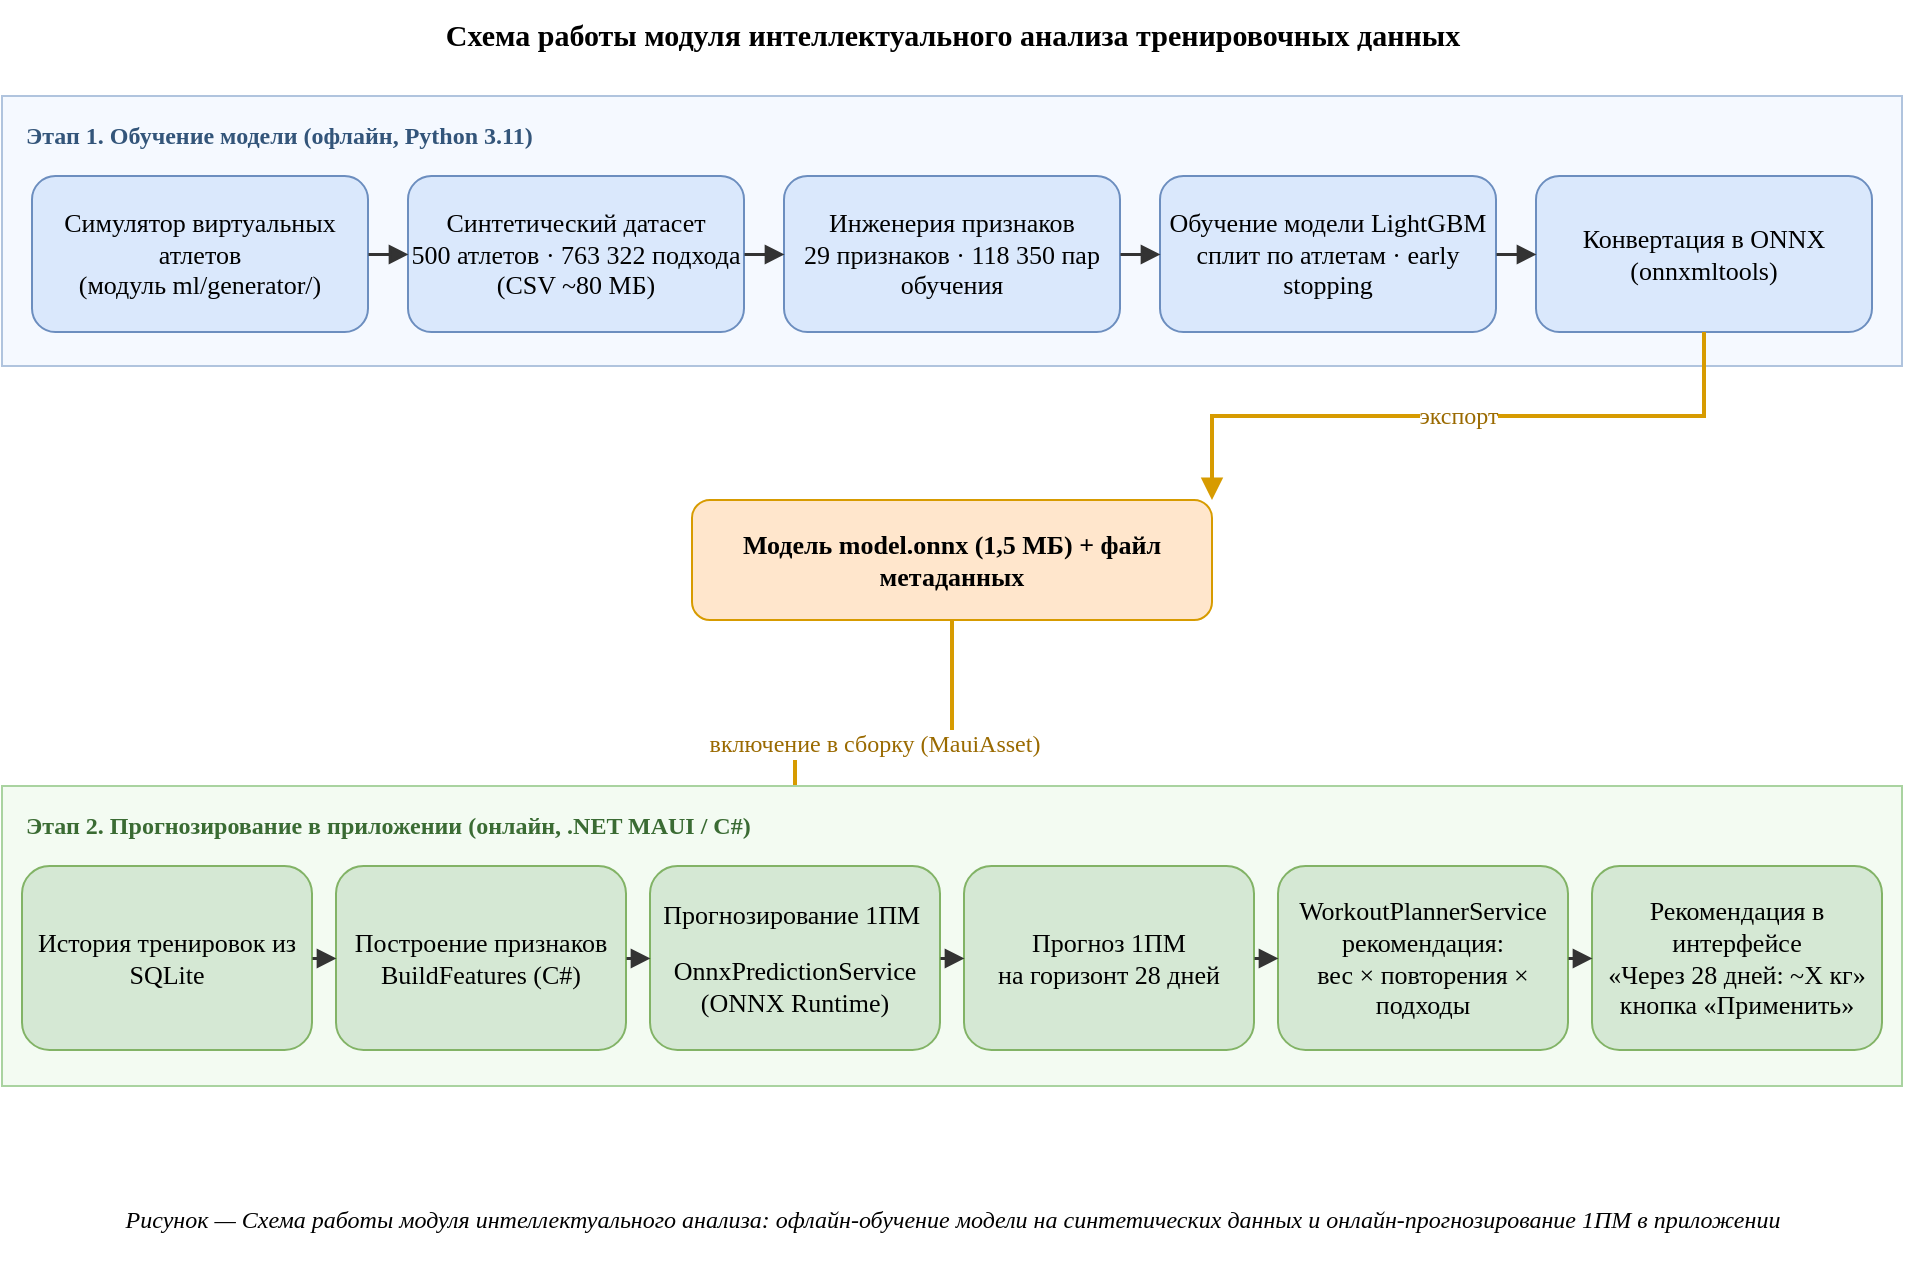
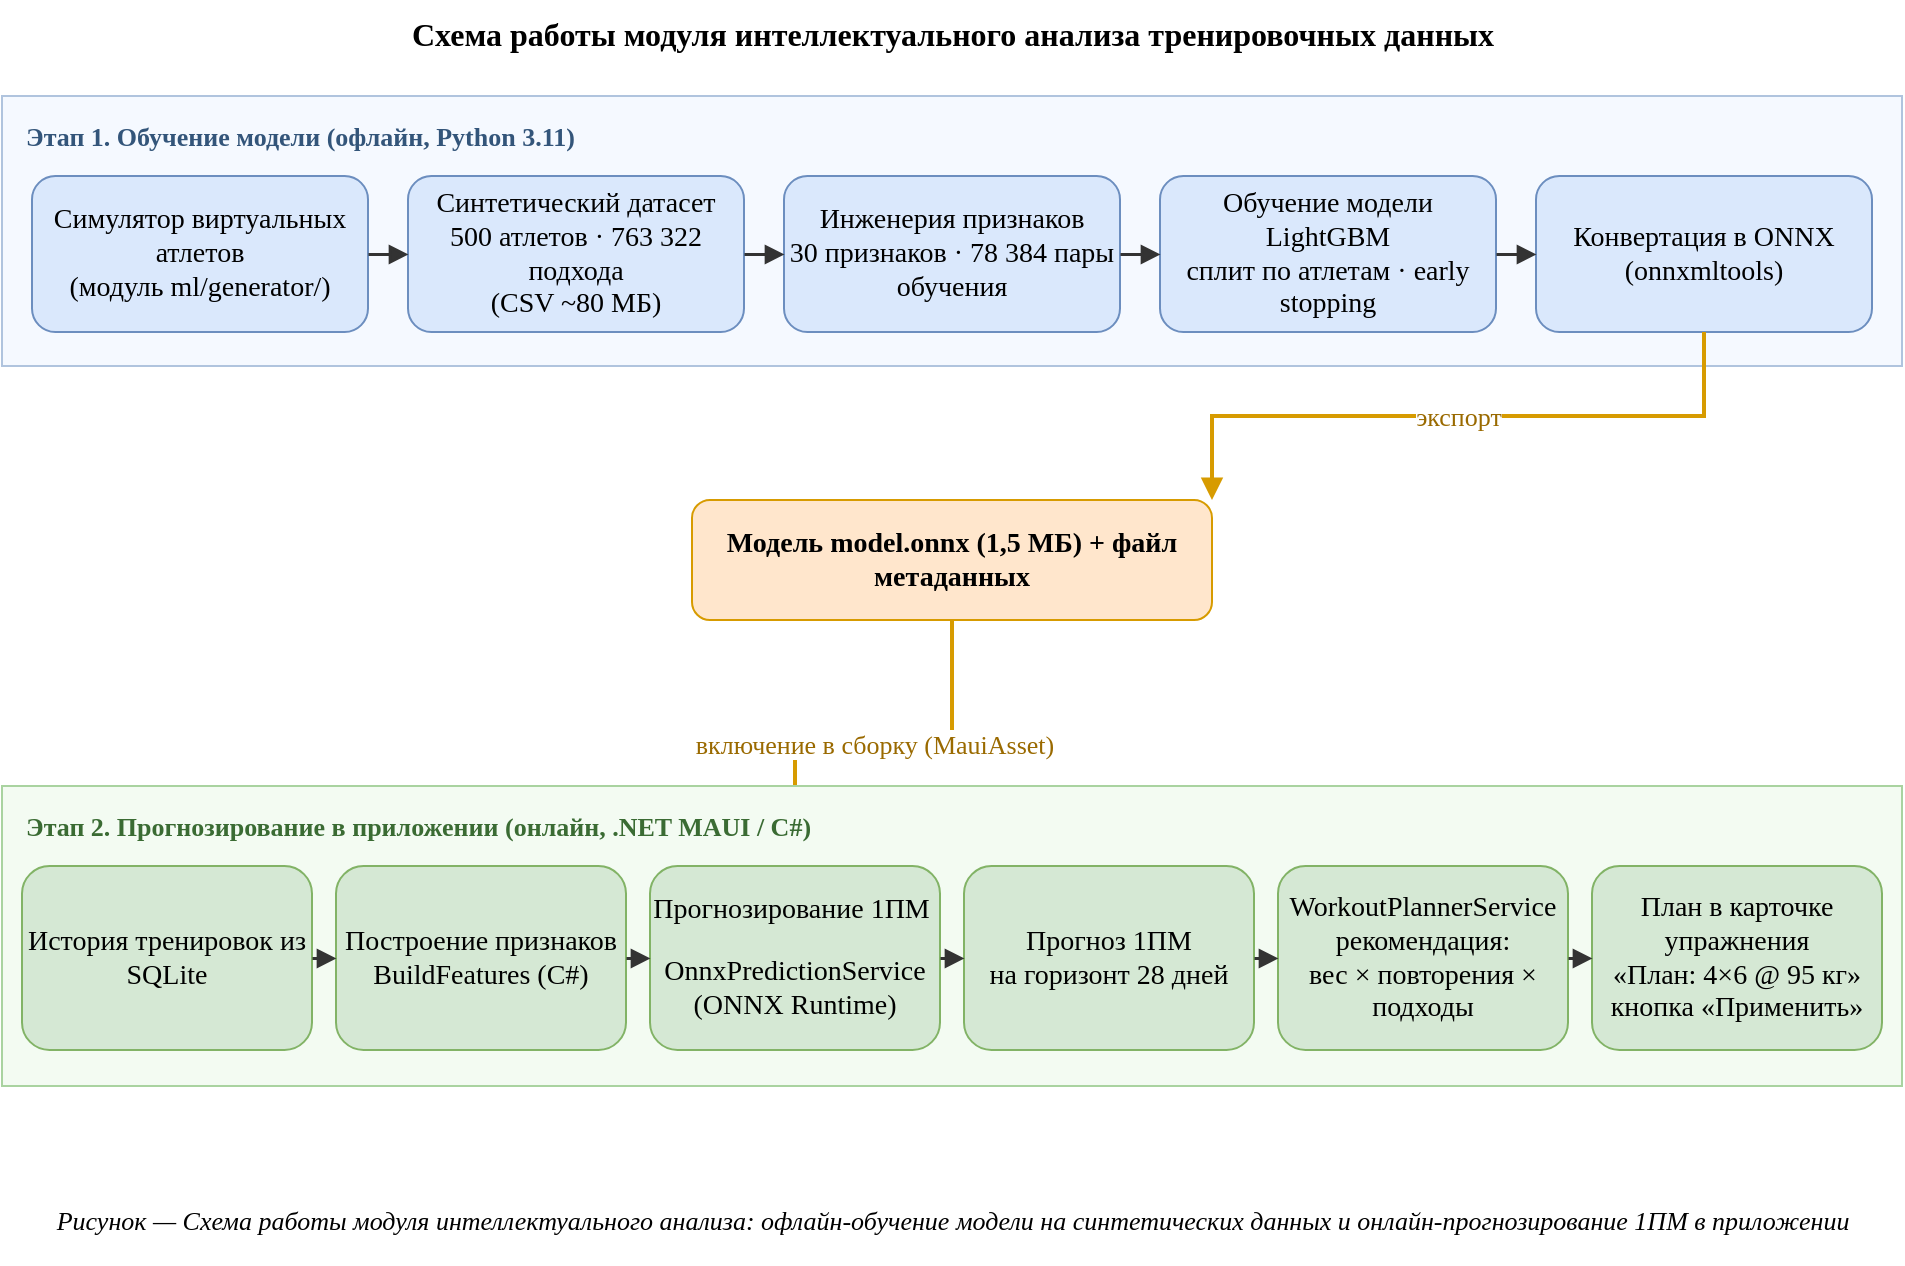
<mxfile host="Electron" agent="Mozilla/5.0 (Windows NT 10.0; Win64; x64) AppleWebKit/537.36 (KHTML, like Gecko) draw.io/24.7.17 Chrome/128.0.6613.36 Electron/32.0.1 Safari/537.36" version="24.7.17">
  <diagram id="ml_pipeline" name="Схема работы ML-модуля">
    <mxGraphModel dx="1548" dy="903" grid="0" gridSize="10" guides="1" tooltips="1" connect="1" arrows="1" fold="1" page="1" pageScale="1" pageWidth="960" pageHeight="700" math="0" shadow="0">
      <root>
        <mxCell id="0" />
        <mxCell id="1" parent="0" />
-         <mxCell id="title" value="Схема работы модуля интеллектуального анализа тренировочных данных" style="text;html=1;fontSize=15;fontStyle=1;fontFamily=Times New Roman;align=center;verticalAlign=middle;" parent="1" vertex="1">
+         <mxCell id="title" value="Схема работы модуля интеллектуального анализа тренировочных данных" style="text;html=1;fontSize=16;fontStyle=1;fontFamily=Times New Roman;align=center;verticalAlign=middle;" parent="1" vertex="1">
          <mxGeometry x="10" y="12" width="940" height="34" as="geometry" />
        </mxCell>
-         <mxCell id="lane1" value="Этап 1. Обучение модели (офлайн, Python 3.11)" style="rounded=0;whiteSpace=wrap;html=1;fillColor=#f5f9ff;strokeColor=#b0c4de;dashed=0;verticalAlign=top;align=left;fontFamily=Times New Roman;fontSize=12;fontStyle=1;spacingLeft=10;spacingTop=6;fontColor=#33557a;" parent="1" vertex="1">
+         <mxCell id="lane1" value="Этап 1. Обучение модели (офлайн, Python 3.11)" style="rounded=0;whiteSpace=wrap;html=1;fillColor=#f5f9ff;strokeColor=#b0c4de;dashed=0;verticalAlign=top;align=left;fontFamily=Times New Roman;fontSize=13;fontStyle=1;spacingLeft=10;spacingTop=6;fontColor=#33557a;" parent="1" vertex="1">
          <mxGeometry x="5" y="60" width="950" height="135" as="geometry" />
        </mxCell>
-         <mxCell id="a1" value="&lt;font style=&quot;font-size: 13px;&quot;&gt;Симулятор виртуальных атлетов&lt;br&gt;(модуль ml/generator/)&lt;/font&gt;" style="rounded=1;whiteSpace=wrap;html=1;fillColor=#dae8fc;strokeColor=#6c8ebf;fontFamily=Times New Roman;fontSize=11;verticalAlign=middle;" parent="1" vertex="1">
+         <mxCell id="a1" value="&lt;font style=&quot;font-size: 14px;&quot;&gt;Симулятор виртуальных атлетов&lt;br&gt;(модуль ml/generator/)&lt;/font&gt;" style="rounded=1;whiteSpace=wrap;html=1;fillColor=#dae8fc;strokeColor=#6c8ebf;fontFamily=Times New Roman;fontSize=12;verticalAlign=middle;" parent="1" vertex="1">
          <mxGeometry x="20" y="100" width="168" height="78" as="geometry" />
        </mxCell>
-         <mxCell id="a2" value="&lt;font style=&quot;font-size: 13px;&quot;&gt;Синтетический датасет&lt;br&gt;500 атлетов · 763 322 подхода&lt;br&gt;(CSV ~80 МБ)&lt;/font&gt;" style="rounded=1;whiteSpace=wrap;html=1;fillColor=#dae8fc;strokeColor=#6c8ebf;fontFamily=Times New Roman;fontSize=11;verticalAlign=middle;" parent="1" vertex="1">
+         <mxCell id="a2" value="&lt;font style=&quot;font-size: 14px;&quot;&gt;Синтетический датасет&lt;br&gt;500 атлетов · 763 322 подхода&lt;br&gt;(CSV ~80 МБ)&lt;/font&gt;" style="rounded=1;whiteSpace=wrap;html=1;fillColor=#dae8fc;strokeColor=#6c8ebf;fontFamily=Times New Roman;fontSize=12;verticalAlign=middle;" parent="1" vertex="1">
          <mxGeometry x="208" y="100" width="168" height="78" as="geometry" />
        </mxCell>
-         <mxCell id="a3" value="&lt;font style=&quot;font-size: 13px;&quot;&gt;Инженерия признаков&lt;br&gt;29 признаков · 118 350 пар обучения&lt;/font&gt;" style="rounded=1;whiteSpace=wrap;html=1;fillColor=#dae8fc;strokeColor=#6c8ebf;fontFamily=Times New Roman;fontSize=11;verticalAlign=middle;" parent="1" vertex="1">
+         <mxCell id="a3" value="&lt;font style=&quot;font-size: 14px;&quot;&gt;Инженерия признаков&lt;br&gt;30 признаков · 78 384 пары обучения&lt;/font&gt;" style="rounded=1;whiteSpace=wrap;html=1;fillColor=#dae8fc;strokeColor=#6c8ebf;fontFamily=Times New Roman;fontSize=12;verticalAlign=middle;" parent="1" vertex="1">
          <mxGeometry x="396" y="100" width="168" height="78" as="geometry" />
        </mxCell>
-         <mxCell id="a4" value="&lt;font style=&quot;font-size: 13px;&quot;&gt;Обучение модели LightGBM&lt;br&gt;сплит по атлетам · early stopping&lt;/font&gt;" style="rounded=1;whiteSpace=wrap;html=1;fillColor=#dae8fc;strokeColor=#6c8ebf;fontFamily=Times New Roman;fontSize=11;verticalAlign=middle;" parent="1" vertex="1">
+         <mxCell id="a4" value="&lt;font style=&quot;font-size: 14px;&quot;&gt;Обучение модели LightGBM&lt;br&gt;сплит по атлетам · early stopping&lt;/font&gt;" style="rounded=1;whiteSpace=wrap;html=1;fillColor=#dae8fc;strokeColor=#6c8ebf;fontFamily=Times New Roman;fontSize=12;verticalAlign=middle;" parent="1" vertex="1">
          <mxGeometry x="584" y="100" width="168" height="78" as="geometry" />
        </mxCell>
-         <mxCell id="a5" value="&lt;font style=&quot;font-size: 13px;&quot;&gt;Конвертация в ONNX&lt;br&gt;(onnxmltools)&lt;/font&gt;" style="rounded=1;whiteSpace=wrap;html=1;fillColor=#dae8fc;strokeColor=#6c8ebf;fontFamily=Times New Roman;fontSize=11;verticalAlign=middle;" parent="1" vertex="1">
+         <mxCell id="a5" value="&lt;font style=&quot;font-size: 14px;&quot;&gt;Конвертация в ONNX&lt;br&gt;(onnxmltools)&lt;/font&gt;" style="rounded=1;whiteSpace=wrap;html=1;fillColor=#dae8fc;strokeColor=#6c8ebf;fontFamily=Times New Roman;fontSize=12;verticalAlign=middle;" parent="1" vertex="1">
          <mxGeometry x="772" y="100" width="168" height="78" as="geometry" />
        </mxCell>
        <mxCell id="e_a1a2" style="edgeStyle=orthogonalEdgeStyle;rounded=0;html=1;strokeColor=#333333;strokeWidth=1.5;endArrow=block;exitX=1;exitY=0.5;entryX=0;entryY=0.5;" parent="1" source="a1" target="a2" edge="1">
          <mxGeometry relative="1" as="geometry" />
        </mxCell>
        <mxCell id="e_a2a3" style="edgeStyle=orthogonalEdgeStyle;rounded=0;html=1;strokeColor=#333333;strokeWidth=1.5;endArrow=block;exitX=1;exitY=0.5;entryX=0;entryY=0.5;" parent="1" source="a2" target="a3" edge="1">
          <mxGeometry relative="1" as="geometry" />
        </mxCell>
        <mxCell id="e_a3a4" style="edgeStyle=orthogonalEdgeStyle;rounded=0;html=1;strokeColor=#333333;strokeWidth=1.5;endArrow=block;exitX=1;exitY=0.5;entryX=0;entryY=0.5;" parent="1" source="a3" target="a4" edge="1">
          <mxGeometry relative="1" as="geometry" />
        </mxCell>
        <mxCell id="e_a4a5" style="edgeStyle=orthogonalEdgeStyle;rounded=0;html=1;strokeColor=#333333;strokeWidth=1.5;endArrow=block;exitX=1;exitY=0.5;entryX=0;entryY=0.5;" parent="1" source="a4" target="a5" edge="1">
          <mxGeometry relative="1" as="geometry" />
        </mxCell>
-         <mxCell id="model" value="&lt;font style=&quot;font-size: 13px;&quot;&gt;Модель model.onnx (1,5 МБ) + файл метаданных&lt;/font&gt;" style="rounded=1;whiteSpace=wrap;html=1;fillColor=#ffe6cc;strokeColor=#d79b00;fontFamily=Times New Roman;fontSize=12;fontStyle=1;verticalAlign=middle;" parent="1" vertex="1">
+         <mxCell id="model" value="&lt;font style=&quot;font-size: 14px;&quot;&gt;Модель model.onnx (1,5 МБ) + файл метаданных&lt;/font&gt;" style="rounded=1;whiteSpace=wrap;html=1;fillColor=#ffe6cc;strokeColor=#d79b00;fontFamily=Times New Roman;fontSize=13;fontStyle=1;verticalAlign=middle;" parent="1" vertex="1">
          <mxGeometry x="350" y="262" width="260" height="60" as="geometry" />
        </mxCell>
-         <mxCell id="e_a5model" value="&lt;font style=&quot;font-size: 12px;&quot;&gt;экспорт&lt;/font&gt;" style="edgeStyle=orthogonalEdgeStyle;rounded=0;html=1;strokeColor=#d79b00;strokeWidth=2;endArrow=block;exitX=0.5;exitY=1;entryX=1;entryY=0;fontFamily=Times New Roman;fontSize=10;fontColor=#9a6a00;" parent="1" source="a5" target="model" edge="1">
+         <mxCell id="e_a5model" value="&lt;font style=&quot;font-size: 13px;&quot;&gt;экспорт&lt;/font&gt;" style="edgeStyle=orthogonalEdgeStyle;rounded=0;html=1;strokeColor=#d79b00;strokeWidth=2;endArrow=block;exitX=0.5;exitY=1;entryX=1;entryY=0;fontFamily=Times New Roman;fontSize=11;fontColor=#9a6a00;" parent="1" source="a5" target="model" edge="1">
          <mxGeometry relative="1" as="geometry" />
        </mxCell>
-         <mxCell id="e_modelb3" value="&lt;font style=&quot;font-size: 12px;&quot;&gt;включение в сборку (MauiAsset)&lt;/font&gt;" style="edgeStyle=orthogonalEdgeStyle;rounded=0;html=1;strokeColor=#d79b00;strokeWidth=2;endArrow=block;exitX=0.5;exitY=1;entryX=0.5;entryY=0;fontFamily=Times New Roman;fontSize=10;fontColor=#9a6a00;" parent="1" source="model" target="b3" edge="1">
+         <mxCell id="e_modelb3" value="&lt;font style=&quot;font-size: 13px;&quot;&gt;включение в сборку (MauiAsset)&lt;/font&gt;" style="edgeStyle=orthogonalEdgeStyle;rounded=0;html=1;strokeColor=#d79b00;strokeWidth=2;endArrow=block;exitX=0.5;exitY=1;entryX=0.5;entryY=0;fontFamily=Times New Roman;fontSize=11;fontColor=#9a6a00;" parent="1" source="model" target="b3" edge="1">
          <mxGeometry x="0.0025" relative="1" as="geometry">
            <mxPoint as="offset" />
          </mxGeometry>
        </mxCell>
-         <mxCell id="lane2" value="Этап 2. Прогнозирование в приложении (онлайн, .NET MAUI / C#)" style="rounded=0;whiteSpace=wrap;html=1;fillColor=#f3fbf2;strokeColor=#a9d3a0;dashed=0;verticalAlign=top;align=left;fontFamily=Times New Roman;fontSize=12;fontStyle=1;spacingLeft=10;spacingTop=6;fontColor=#3a6b33;" parent="1" vertex="1">
+         <mxCell id="lane2" value="Этап 2. Прогнозирование в приложении (онлайн, .NET MAUI / C#)" style="rounded=0;whiteSpace=wrap;html=1;fillColor=#f3fbf2;strokeColor=#a9d3a0;dashed=0;verticalAlign=top;align=left;fontFamily=Times New Roman;fontSize=13;fontStyle=1;spacingLeft=10;spacingTop=6;fontColor=#3a6b33;" parent="1" vertex="1">
          <mxGeometry x="5" y="405" width="950" height="150" as="geometry" />
        </mxCell>
-         <mxCell id="b1" value="&lt;font style=&quot;font-size: 13px;&quot;&gt;История тренировок из SQLite&lt;br&gt;&lt;/font&gt;" style="rounded=1;whiteSpace=wrap;html=1;fillColor=#d5e8d4;strokeColor=#82b366;fontFamily=Times New Roman;fontSize=11;verticalAlign=middle;" parent="1" vertex="1">
+         <mxCell id="b1" value="&lt;font style=&quot;font-size: 14px;&quot;&gt;История тренировок из SQLite&lt;br&gt;&lt;/font&gt;" style="rounded=1;whiteSpace=wrap;html=1;fillColor=#d5e8d4;strokeColor=#82b366;fontFamily=Times New Roman;fontSize=12;verticalAlign=middle;" parent="1" vertex="1">
          <mxGeometry x="15" y="445" width="145" height="92" as="geometry" />
        </mxCell>
-         <mxCell id="b2" value="&lt;font style=&quot;font-size: 13px;&quot;&gt;Построение признаков&lt;br&gt;BuildFeatures (C#)&lt;/font&gt;" style="rounded=1;whiteSpace=wrap;html=1;fillColor=#d5e8d4;strokeColor=#82b366;fontFamily=Times New Roman;fontSize=11;verticalAlign=middle;" parent="1" vertex="1">
+         <mxCell id="b2" value="&lt;font style=&quot;font-size: 14px;&quot;&gt;Построение признаков&lt;br&gt;BuildFeatures (C#)&lt;/font&gt;" style="rounded=1;whiteSpace=wrap;html=1;fillColor=#d5e8d4;strokeColor=#82b366;fontFamily=Times New Roman;fontSize=12;verticalAlign=middle;" parent="1" vertex="1">
          <mxGeometry x="172" y="445" width="145" height="92" as="geometry" />
        </mxCell>
-         <mxCell id="b3" value="&lt;p style=&quot;font-size: 13px;&quot; data-pm-slice=&quot;1 1 []&quot;&gt;&lt;font style=&quot;font-size: 13px;&quot;&gt;Прогнозирование 1ПМ&amp;nbsp;&lt;/font&gt;&lt;/p&gt;&lt;p style=&quot;font-size: 13px;&quot; data-pm-slice=&quot;1 1 []&quot;&gt;&lt;span style=&quot;background-color: initial;&quot;&gt;&lt;font style=&quot;font-size: 13px;&quot;&gt;OnnxPredictionService (ONNX Runtime)&lt;/font&gt;&lt;/span&gt;&lt;/p&gt;" style="rounded=1;whiteSpace=wrap;html=1;fillColor=#d5e8d4;strokeColor=#82b366;fontFamily=Times New Roman;fontSize=11;verticalAlign=middle;" parent="1" vertex="1">
+         <mxCell id="b3" value="&lt;p style=&quot;font-size: 14px;&quot; data-pm-slice=&quot;1 1 []&quot;&gt;&lt;font style=&quot;font-size: 14px;&quot;&gt;Прогнозирование 1ПМ&amp;nbsp;&lt;/font&gt;&lt;/p&gt;&lt;p style=&quot;font-size: 14px;&quot; data-pm-slice=&quot;1 1 []&quot;&gt;&lt;span style=&quot;background-color: initial;&quot;&gt;&lt;font style=&quot;font-size: 14px;&quot;&gt;OnnxPredictionService (ONNX Runtime)&lt;/font&gt;&lt;/span&gt;&lt;/p&gt;" style="rounded=1;whiteSpace=wrap;html=1;fillColor=#d5e8d4;strokeColor=#82b366;fontFamily=Times New Roman;fontSize=12;verticalAlign=middle;" parent="1" vertex="1">
          <mxGeometry x="329" y="445" width="145" height="92" as="geometry" />
        </mxCell>
-         <mxCell id="b4" value="&lt;font style=&quot;font-size: 13px;&quot;&gt;Прогноз 1ПМ&lt;br&gt;на горизонт 28 дней&lt;/font&gt;" style="rounded=1;whiteSpace=wrap;html=1;fillColor=#d5e8d4;strokeColor=#82b366;fontFamily=Times New Roman;fontSize=11;verticalAlign=middle;" parent="1" vertex="1">
+         <mxCell id="b4" value="&lt;font style=&quot;font-size: 14px;&quot;&gt;Прогноз 1ПМ&lt;br&gt;на горизонт 28 дней&lt;/font&gt;" style="rounded=1;whiteSpace=wrap;html=1;fillColor=#d5e8d4;strokeColor=#82b366;fontFamily=Times New Roman;fontSize=12;verticalAlign=middle;" parent="1" vertex="1">
          <mxGeometry x="486" y="445" width="145" height="92" as="geometry" />
        </mxCell>
-         <mxCell id="b5" value="&lt;font style=&quot;font-size: 13px;&quot;&gt;WorkoutPlannerService&lt;br&gt;рекомендация:&lt;br&gt;вес × повторения × подходы&lt;/font&gt;" style="rounded=1;whiteSpace=wrap;html=1;fillColor=#d5e8d4;strokeColor=#82b366;fontFamily=Times New Roman;fontSize=11;verticalAlign=middle;" parent="1" vertex="1">
+         <mxCell id="b5" value="&lt;font style=&quot;font-size: 14px;&quot;&gt;WorkoutPlannerService&lt;br&gt;рекомендация:&lt;br&gt;вес × повторения × подходы&lt;/font&gt;" style="rounded=1;whiteSpace=wrap;html=1;fillColor=#d5e8d4;strokeColor=#82b366;fontFamily=Times New Roman;fontSize=12;verticalAlign=middle;" parent="1" vertex="1">
          <mxGeometry x="643" y="445" width="145" height="92" as="geometry" />
        </mxCell>
-         <mxCell id="b6" value="&lt;font style=&quot;font-size: 13px;&quot;&gt;Рекомендация в интерфейсе&lt;br&gt;«Через 28 дней: ~X кг»&lt;br&gt;кнопка «Применить»&lt;/font&gt;" style="rounded=1;whiteSpace=wrap;html=1;fillColor=#d5e8d4;strokeColor=#82b366;fontFamily=Times New Roman;fontSize=11;verticalAlign=middle;" parent="1" vertex="1">
+         <mxCell id="b6" value="&lt;font style=&quot;font-size: 14px;&quot;&gt;План в карточке упражнения&lt;br&gt;«План: 4×6 @ 95 кг»&lt;br&gt;кнопка «Применить»&lt;/font&gt;" style="rounded=1;whiteSpace=wrap;html=1;fillColor=#d5e8d4;strokeColor=#82b366;fontFamily=Times New Roman;fontSize=12;verticalAlign=middle;" parent="1" vertex="1">
          <mxGeometry x="800" y="445" width="145" height="92" as="geometry" />
        </mxCell>
        <mxCell id="e_b1b2" style="edgeStyle=orthogonalEdgeStyle;rounded=0;html=1;strokeColor=#333333;strokeWidth=1.5;endArrow=block;exitX=1;exitY=0.5;entryX=0;entryY=0.5;" parent="1" source="b1" target="b2" edge="1">
          <mxGeometry relative="1" as="geometry" />
        </mxCell>
        <mxCell id="e_b2b3" style="edgeStyle=orthogonalEdgeStyle;rounded=0;html=1;strokeColor=#333333;strokeWidth=1.5;endArrow=block;exitX=1;exitY=0.5;entryX=0;entryY=0.5;" parent="1" source="b2" target="b3" edge="1">
          <mxGeometry relative="1" as="geometry" />
        </mxCell>
        <mxCell id="e_b3b4" style="edgeStyle=orthogonalEdgeStyle;rounded=0;html=1;strokeColor=#333333;strokeWidth=1.5;endArrow=block;exitX=1;exitY=0.5;entryX=0;entryY=0.5;" parent="1" source="b3" target="b4" edge="1">
          <mxGeometry relative="1" as="geometry" />
        </mxCell>
        <mxCell id="e_b4b5" style="edgeStyle=orthogonalEdgeStyle;rounded=0;html=1;strokeColor=#333333;strokeWidth=1.5;endArrow=block;exitX=1;exitY=0.5;entryX=0;entryY=0.5;" parent="1" source="b4" target="b5" edge="1">
          <mxGeometry relative="1" as="geometry" />
        </mxCell>
        <mxCell id="e_b5b6" style="edgeStyle=orthogonalEdgeStyle;rounded=0;html=1;strokeColor=#333333;strokeWidth=1.5;endArrow=block;exitX=1;exitY=0.5;entryX=0;entryY=0.5;" parent="1" source="b5" target="b6" edge="1">
          <mxGeometry relative="1" as="geometry" />
        </mxCell>
-         <mxCell id="caption" value="Рисунок — Схема работы модуля интеллектуального анализа: офлайн-обучение модели на синтетических данных и онлайн-прогнозирование 1ПМ в приложении" style="text;html=1;fontSize=12;fontStyle=2;fontFamily=Times New Roman;align=center;verticalAlign=middle;" parent="1" vertex="1">
+         <mxCell id="caption" value="Рисунок — Схема работы модуля интеллектуального анализа: офлайн-обучение модели на синтетических данных и онлайн-прогнозирование 1ПМ в приложении" style="text;html=1;fontSize=13;fontStyle=2;fontFamily=Times New Roman;align=center;verticalAlign=middle;" parent="1" vertex="1">
          <mxGeometry x="20" y="600" width="920" height="44" as="geometry" />
        </mxCell>
      </root>
    </mxGraphModel>
  </diagram>
</mxfile>
